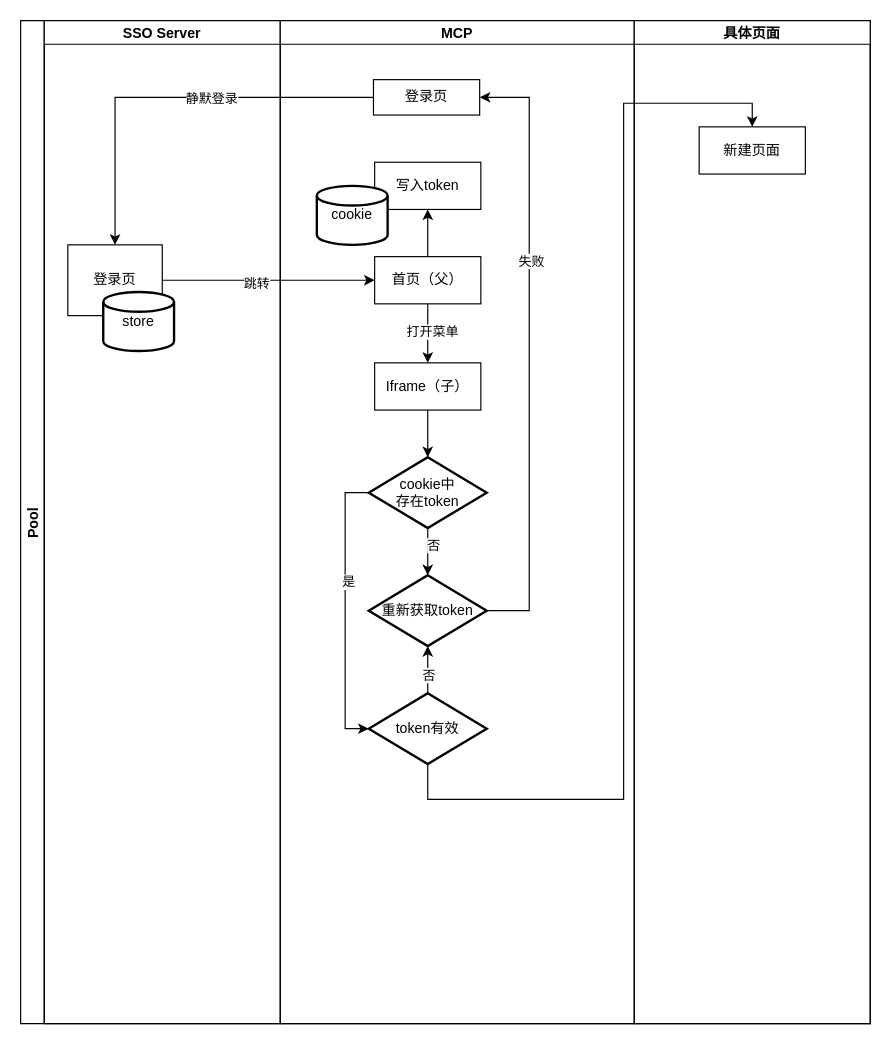
Above: 未命名绘图.drawio in stonefromsky/workflowchart (draw.io), before the change. Source tidied: cells renumbered, new cells numbered last; positions are measured from the earlier drawing's top-left corner, leaving out a move shared by most shapes. Both pictures are drawn from the tidied source at 118%, with x=0, y=0 at pixel (20, 20).
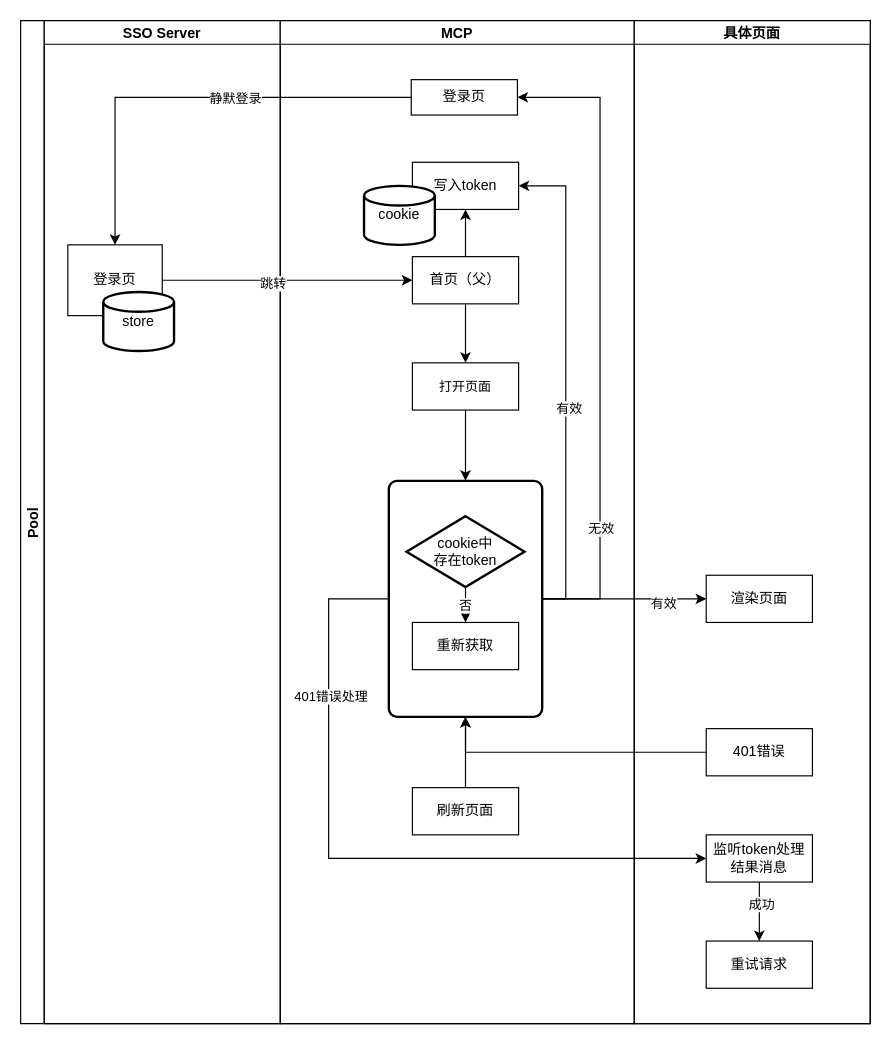
Above is the later version.

Commit message:
更新未命名绘图.drawio

The change refers to these unchanged cells:
```xml
<mxCell id="2" value="Pool" style="swimlane;startSize=20;horizontal=0;" parent="1" vertex="1">
  <mxGeometry width="720" height="850" as="geometry" />
</mxCell>
<mxCell id="6" value="MCP" style="swimlane;startSize=20;" parent="2" vertex="1">
  <mxGeometry x="220" width="300" height="850" as="geometry" />
</mxCell>
<mxCell id="8" style="edgeStyle=orthogonalEdgeStyle;rounded=0;jettySize=auto;html=1;entryX=0.5;entryY=0;entryDx=0;entryDy=0;" parent="6" edge="1" source="11" target="12">
  <mxGeometry relative="1" as="geometry" />
</mxCell>
<mxCell id="27" value="具体页面" style="swimlane;startSize=20;" parent="2" vertex="1">
  <mxGeometry x="520" width="200" height="850" as="geometry" />
</mxCell>
```

Diff of the diagram source:
```diff
@@
     <mxCell id="7" value="登录页" style="rounded=0;whiteSpace=wrap;html=1;" parent="6" vertex="1">
-      <mxGeometry x="79" y="50" width="90" height="30" as="geometry" />
+      <mxGeometry x="111" y="50" width="90" height="30" as="geometry" />
     </mxCell>
@@
-    <mxCell id="9" value="打开菜单" style="edgeLabel;html=1;align=center;verticalAlign=middle;" parent="8" vertex="1">
-      <mxGeometry x="-0.08" y="3" relative="1" as="geometry" />
-    </mxCell>
@@
     <mxCell id="11" value="首页（父）" style="rounded=0;whiteSpace=wrap;html=1;" parent="6" vertex="1">
-      <mxGeometry x="80" y="200" width="90" height="40" as="geometry" />
+      <mxGeometry x="112" y="200" width="90" height="40" as="geometry" />
     </mxCell>
+    <mxCell id="34" style="edgeStyle=orthogonalEdgeStyle;rounded=0;jettySize=auto;html=1;entryX=0.5;entryY=0;entryDx=0;entryDy=0;" parent="6" edge="1" source="12" target="39">
+      <mxGeometry relative="1" as="geometry" />
+    </mxCell>
-    <mxCell id="12" value="Iframe（子）" style="rounded=0;whiteSpace=wrap;html=1;" parent="6" vertex="1">
-      <mxGeometry x="80" y="290" width="90" height="40" as="geometry" />
+    <mxCell id="12" value="&lt;span style=&quot;font-size: 11px; text-wrap-mode: nowrap; background-color: rgb(255, 255, 255);&quot;&gt;打开页面&lt;/span&gt;" style="rounded=0;whiteSpace=wrap;html=1;" parent="6" vertex="1">
+      <mxGeometry x="112" y="290" width="90" height="40" as="geometry" />
     </mxCell>
     <mxCell id="13" value="写入token" style="rounded=0;whiteSpace=wrap;html=1;" parent="6" vertex="1">
-      <mxGeometry x="80" y="120" width="90" height="40" as="geometry" />
+      <mxGeometry x="112" y="120" width="90" height="40" as="geometry" />
     </mxCell>
+    <mxCell id="17" value="cookie" style="strokeWidth=2;html=1;shape=mxgraph.flowchart.database;whiteSpace=wrap;" parent="6" vertex="1">
+      <mxGeometry x="71" y="140" width="60" height="50" as="geometry" />
+    </mxCell>
+    <mxCell id="35" style="edgeStyle=orthogonalEdgeStyle;rounded=0;jettySize=auto;html=1;entryX=1;entryY=0.5;entryDx=0;entryDy=0;exitX=1;exitY=0.5;exitDx=0;exitDy=0;" parent="6" edge="1" source="39" target="7">
+      <mxGeometry relative="1" as="geometry">
+        <Array as="points">
+          <mxPoint x="271" y="490" />
+          <mxPoint x="271" y="65" />
+        </Array>
+      </mxGeometry>
+    </mxCell>
+    <mxCell id="36" value="无效" style="edgeLabel;html=1;align=center;verticalAlign=middle;" parent="35" vertex="1">
+      <mxGeometry x="-0.6" relative="1" as="geometry" />
+    </mxCell>
+    <mxCell id="37" style="edgeStyle=orthogonalEdgeStyle;rounded=0;jettySize=auto;html=1;entryX=1;entryY=0.5;entryDx=0;entryDy=0;exitX=1;exitY=0.5;exitDx=0;exitDy=0;" parent="6" edge="1" source="39" target="13">
+      <mxGeometry relative="1" as="geometry" />
+    </mxCell>
+    <mxCell id="38" value="有效" style="edgeLabel;html=1;align=center;verticalAlign=middle;" parent="37" vertex="1">
+      <mxGeometry x="-0.11" y="-2" relative="1" as="geometry" />
+    </mxCell>
+    <mxCell id="39" style="rounded=1;whiteSpace=wrap;html=1;absoluteArcSize=1;arcSize=14;strokeWidth=2;" parent="6" vertex="1">
+      <mxGeometry x="92" y="390" width="130" height="200" as="geometry" />
+    </mxCell>
     <mxCell id="14" value="cookie中&lt;br&gt;存在token" style="strokeWidth=2;html=1;shape=mxgraph.flowchart.decision;whiteSpace=wrap;" parent="6" vertex="1">
-      <mxGeometry x="75" y="370" width="100" height="60" as="geometry" />
+      <mxGeometry x="107" y="420" width="100" height="60" as="geometry" />
     </mxCell>
-    <mxCell id="15" style="edgeStyle=orthogonalEdgeStyle;rounded=0;jettySize=auto;html=1;entryX=0.5;entryY=0;entryDx=0;entryDy=0;entryPerimeter=0;" parent="6" edge="1" source="12" target="14">
-      <mxGeometry relative="1" as="geometry" />
-    </mxCell>
-    <mxCell id="16" value="token有效" style="strokeWidth=2;html=1;shape=mxgraph.flowchart.decision;whiteSpace=wrap;" parent="6" vertex="1">
-      <mxGeometry x="75" y="570" width="100" height="60" as="geometry" />
-    </mxCell>
-    <mxCell id="17" value="cookie" style="strokeWidth=2;html=1;shape=mxgraph.flowchart.database;whiteSpace=wrap;" parent="6" vertex="1">
-      <mxGeometry x="31" y="140" width="60" height="50" as="geometry" />
-    </mxCell>
-    <mxCell id="18" style="edgeStyle=orthogonalEdgeStyle;rounded=0;jettySize=auto;html=1;entryX=1;entryY=0.5;entryDx=0;entryDy=0;exitX=1;exitY=0.5;exitDx=0;exitDy=0;exitPerimeter=0;" parent="6" edge="1" source="20" target="7">
-      <mxGeometry relative="1" as="geometry">
-        <Array as="points">
-          <mxPoint x="211" y="500" />
-          <mxPoint x="211" y="65" />
-        </Array>
-      </mxGeometry>
-    </mxCell>
-    <mxCell id="19" value="失败" style="edgeLabel;html=1;align=center;verticalAlign=middle;" parent="18" vertex="1">
-      <mxGeometry x="0.3" y="-1" relative="1" as="geometry" />
-    </mxCell>
-    <mxCell id="20" value="重新获取token" style="strokeWidth=2;html=1;shape=mxgraph.flowchart.decision;whiteSpace=wrap;" parent="6" vertex="1">
-      <mxGeometry x="75" y="470" width="100" height="60" as="geometry" />
-    </mxCell>
-    <mxCell id="21" style="edgeStyle=orthogonalEdgeStyle;rounded=0;jettySize=auto;html=1;entryX=0.5;entryY=0;entryDx=0;entryDy=0;entryPerimeter=0;" parent="6" edge="1" source="14" target="20">
+    <mxCell id="21" style="edgeStyle=orthogonalEdgeStyle;rounded=0;jettySize=auto;html=1;" parent="6" edge="1" source="14" target="41">
       <mxGeometry relative="1" as="geometry" />
     </mxCell>
-    <mxCell id="22" value="否" style="edgeLabel;html=1;align=center;verticalAlign=middle;" parent="21" vertex="1">
-      <mxGeometry x="-0.28" y="4" relative="1" as="geometry" />
-    </mxCell>
-    <mxCell id="23" style="edgeStyle=orthogonalEdgeStyle;rounded=0;jettySize=auto;html=1;entryX=0;entryY=0.5;entryDx=0;entryDy=0;entryPerimeter=0;exitX=0;exitY=0.5;exitDx=0;exitDy=0;exitPerimeter=0;" parent="6" edge="1" source="14" target="16">
-      <mxGeometry relative="1" as="geometry" />
-    </mxCell>
-    <mxCell id="24" value="是" style="edgeLabel;html=1;align=center;verticalAlign=middle;" parent="23" vertex="1">
-      <mxGeometry x="-0.21" y="2" relative="1" as="geometry" />
-    </mxCell>
-    <mxCell id="25" style="edgeStyle=orthogonalEdgeStyle;rounded=0;jettySize=auto;html=1;entryX=0.5;entryY=1;entryDx=0;entryDy=0;entryPerimeter=0;" parent="6" edge="1" source="16" target="20">
-      <mxGeometry relative="1" as="geometry" />
-    </mxCell>
-    <mxCell id="26" value="否" style="edgeLabel;html=1;align=center;verticalAlign=middle;" parent="25" vertex="1">
-      <mxGeometry x="-0.2" relative="1" as="geometry" />
-    </mxCell>
+    <mxCell id="40" value="否" style="edgeLabel;html=1;align=center;verticalAlign=middle;" parent="21" vertex="1">
+      <mxGeometry x="-0.4" y="-1" relative="1" as="geometry" />
+    </mxCell>
+    <mxCell id="41" value="重新获取" style="rounded=0;whiteSpace=wrap;html=1;" parent="6" vertex="1">
+      <mxGeometry x="112" y="510" width="90" height="40" as="geometry" />
+    </mxCell>
+    <mxCell id="42" value="刷新页面" style="rounded=0;whiteSpace=wrap;html=1;" parent="6" vertex="1">
+      <mxGeometry x="112" y="650" width="90" height="40" as="geometry" />
+    </mxCell>
+    <mxCell id="43" style="edgeStyle=orthogonalEdgeStyle;rounded=0;jettySize=auto;html=1;entryX=0.5;entryY=1;entryDx=0;entryDy=0;" parent="6" edge="1" source="42" target="39">
+      <mxGeometry relative="1" as="geometry" />
+    </mxCell>
@@
-    <mxCell id="28" value="新建页面" style="rounded=0;whiteSpace=wrap;html=1;" parent="27" vertex="1">
-      <mxGeometry x="55" y="90" width="90" height="40" as="geometry" />
+    <mxCell id="28" value="渲染页面" style="rounded=0;whiteSpace=wrap;html=1;" parent="27" vertex="1">
+      <mxGeometry x="61" y="470" width="90" height="40" as="geometry" />
     </mxCell>
+    <mxCell id="44" value="401错误" style="rounded=0;whiteSpace=wrap;html=1;" parent="27" vertex="1">
+      <mxGeometry x="61" y="600" width="90" height="40" as="geometry" />
+    </mxCell>
+    <mxCell id="45" style="edgeStyle=orthogonalEdgeStyle;rounded=0;jettySize=auto;html=1;entryX=0.5;entryY=0;entryDx=0;entryDy=0;exitX=0.5;exitY=1;exitDx=0;exitDy=0;" parent="27" edge="1" source="47" target="48">
+      <mxGeometry relative="1" as="geometry" />
+    </mxCell>
+    <mxCell id="46" value="成功" style="edgeLabel;html=1;align=center;verticalAlign=middle;" parent="45" vertex="1">
+      <mxGeometry x="-0.3" y="1" relative="1" as="geometry" />
+    </mxCell>
+    <mxCell id="47" value="监听token处理结果消息" style="rounded=0;whiteSpace=wrap;html=1;" parent="27" vertex="1">
+      <mxGeometry x="61" y="690" width="90" height="40" as="geometry" />
+    </mxCell>
+    <mxCell id="48" value="重试请求" style="rounded=0;whiteSpace=wrap;html=1;" parent="27" vertex="1">
+      <mxGeometry x="61" y="780" width="90" height="40" as="geometry" />
+    </mxCell>
@@
-    <mxCell id="33" style="edgeStyle=orthogonalEdgeStyle;rounded=0;jettySize=auto;html=1;entryX=0.5;entryY=0;entryDx=0;entryDy=0;exitX=0.5;exitY=1;exitDx=0;exitDy=0;exitPerimeter=0;" parent="2" edge="1" source="16" target="28">
-      <mxGeometry relative="1" as="geometry">
-        <Array as="points">
-          <mxPoint x="345" y="660" />
-          <mxPoint x="511" y="660" />
-          <mxPoint x="511" y="70" />
-          <mxPoint x="620" y="70" />
-        </Array>
-      </mxGeometry>
-    </mxCell>
+    <mxCell id="49" style="edgeStyle=orthogonalEdgeStyle;rounded=0;jettySize=auto;html=1;entryX=0;entryY=0.5;entryDx=0;entryDy=0;" parent="2" edge="1" source="39" target="28">
+      <mxGeometry relative="1" as="geometry" />
+    </mxCell>
+    <mxCell id="50" value="有效" style="edgeLabel;html=1;align=center;verticalAlign=middle;" parent="49" vertex="1">
+      <mxGeometry x="0.47" y="-3" relative="1" as="geometry" />
+    </mxCell>
+    <mxCell id="51" style="edgeStyle=orthogonalEdgeStyle;rounded=0;jettySize=auto;html=1;entryX=0.5;entryY=1;entryDx=0;entryDy=0;" parent="2" edge="1" source="44" target="39">
+      <mxGeometry relative="1" as="geometry" />
+    </mxCell>
+    <mxCell id="52" style="edgeStyle=orthogonalEdgeStyle;rounded=0;jettySize=auto;html=1;entryX=0;entryY=0.5;entryDx=0;entryDy=0;exitX=0;exitY=0.5;exitDx=0;exitDy=0;" parent="2" edge="1" source="39" target="47">
+      <mxGeometry relative="1" as="geometry">
+        <Array as="points">
+          <mxPoint x="261" y="490" />
+          <mxPoint x="261" y="710" />
+        </Array>
+      </mxGeometry>
+    </mxCell>
+    <mxCell id="53" value="401错误处理" style="edgeLabel;html=1;align=center;verticalAlign=middle;" parent="52" vertex="1">
+      <mxGeometry x="-0.55" y="1" relative="1" as="geometry" />
+    </mxCell>
```
